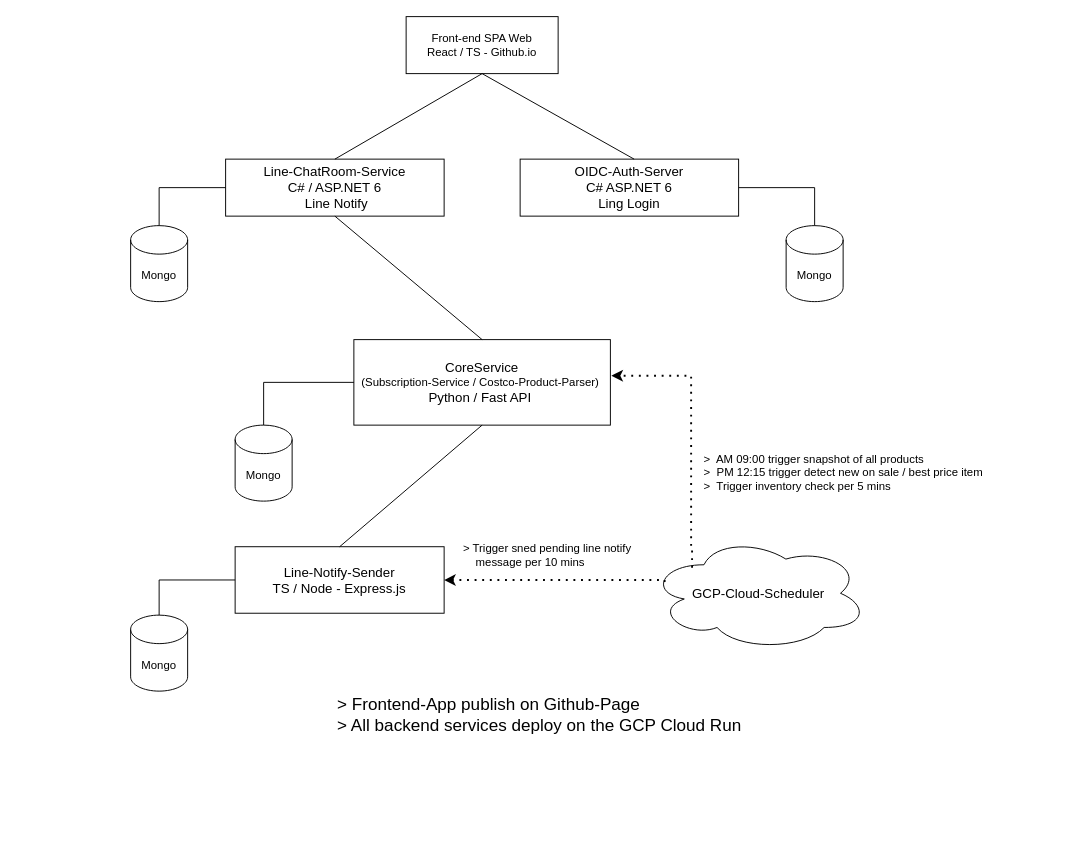
CostcoTW-Notify/.github keeps this draw.io diagram as profile/CostcoTW-Notify_SD.drawio. Above is the earlier version. Source tidied: cells renumbered, new cells numbered last; positions are measured from the earlier drawing's top-left corner, leaving out a move shared by most shapes. Both pictures are drawn from the tidied source at 95%, with x=0, y=0 at pixel (130, 16).
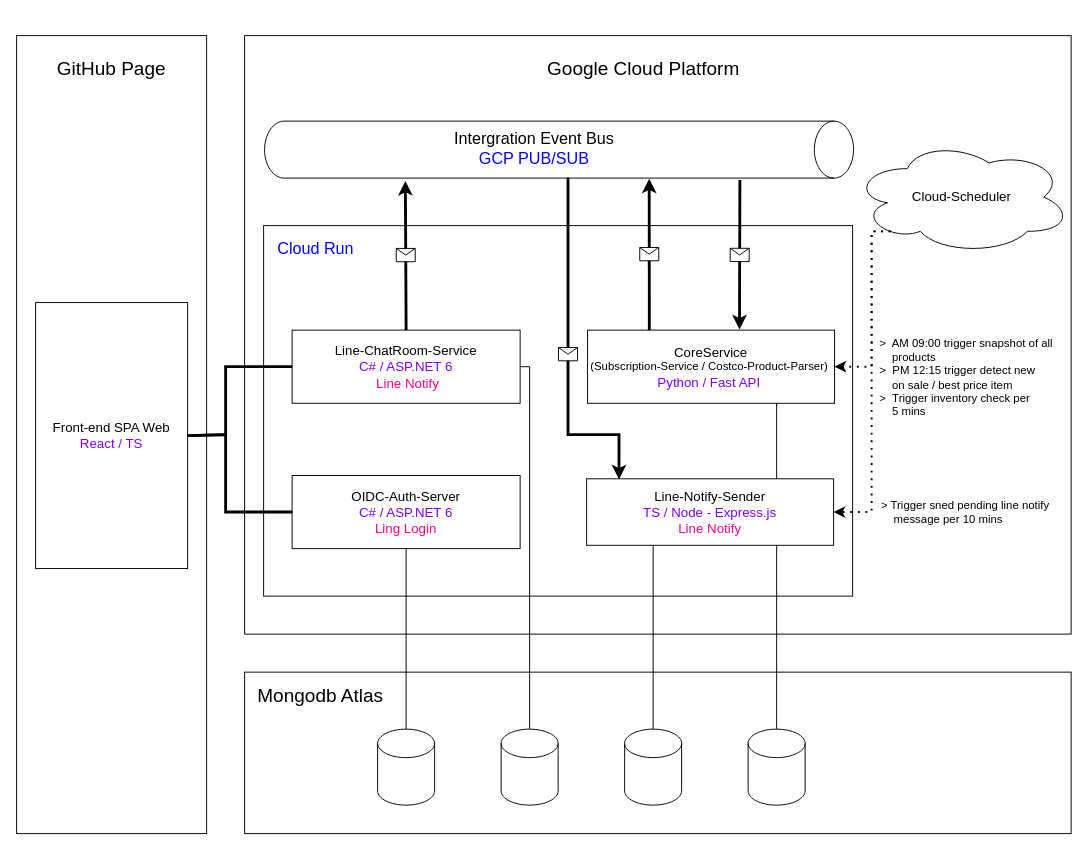
The same page after the edit.

Commit message (it also covers changes not shown here):
Update System Architecture

Diff of the diagram source:
```diff
@@
+    <mxCell id="25" style="whiteSpace=wrap;html=1;fontSize=17;" parent="1" vertex="1">
+      <mxGeometry x="120" y="20" width="870" height="630" as="geometry" />
+    </mxCell>
+    <mxCell id="26" style="rounded=0;whiteSpace=wrap;html=1;fontSize=20;" parent="1" vertex="1">
+      <mxGeometry x="120" y="690" width="870" height="170" as="geometry" />
+    </mxCell>
+    <mxCell id="27" style="rounded=0;whiteSpace=wrap;html=1;fontSize=17;" parent="1" vertex="1">
+      <mxGeometry x="-120" y="20" width="200" height="840" as="geometry" />
+    </mxCell>
+    <mxCell id="28" style="rounded=0;whiteSpace=wrap;html=1;strokeWidth=1;fontSize=14;" parent="1" vertex="1">
+      <mxGeometry x="140" y="220" width="620" height="390" as="geometry" />
+    </mxCell>
-    <mxCell id="2" value="Front-end SPA Web&lt;br&gt;React / TS - Github.io" style="rounded=0;whiteSpace=wrap;html=1;" parent="1" vertex="1">
-      <mxGeometry x="290" width="160" height="60" as="geometry" />
+    <mxCell id="2" value="&lt;font style=&quot;font-size: 14px;&quot;&gt;Front-end SPA Web&lt;br&gt;&lt;font color=&quot;#7f00ff&quot;&gt;React / TS&lt;/font&gt;&lt;/font&gt;" style="rounded=0;whiteSpace=wrap;html=1;" parent="1" vertex="1">
+      <mxGeometry x="-100" y="301" width="160" height="280" as="geometry" />
     </mxCell>
-    <mxCell id="3" value="&lt;font style=&quot;font-size: 14px;&quot;&gt;Line-ChatRoom-Service&lt;br&gt;C# / ASP.NET 6&lt;br&gt;&amp;nbsp;Line Notify&lt;/font&gt;" style="rounded=0;whiteSpace=wrap;html=1;" parent="1" vertex="1">
-      <mxGeometry x="100" y="150" width="230" height="60" as="geometry" />
+    <mxCell id="3" value="&lt;font style=&quot;font-size: 14px;&quot;&gt;Line-ChatRoom-Service&lt;br&gt;&lt;font color=&quot;#7f00ff&quot;&gt;C# / ASP.NET 6&lt;/font&gt;&lt;br&gt;&lt;font color=&quot;#ff0080&quot;&gt;&amp;nbsp;Line Notify&lt;/font&gt;&lt;/font&gt;" style="rounded=0;whiteSpace=wrap;html=1;" parent="1" vertex="1">
+      <mxGeometry x="170" y="330" width="240" height="77" as="geometry" />
     </mxCell>
-    <mxCell id="4" value="&lt;font style=&quot;font-size: 14px;&quot;&gt;OIDC-Auth-Server&lt;br&gt;C# ASP.NET 6&lt;br&gt;Ling Login&lt;/font&gt;" style="rounded=0;whiteSpace=wrap;html=1;" parent="1" vertex="1">
-      <mxGeometry x="410" y="150" width="230" height="60" as="geometry" />
+    <mxCell id="4" value="&lt;font style=&quot;font-size: 14px;&quot;&gt;OIDC-Auth-Server&lt;br&gt;&lt;font color=&quot;#7f00ff&quot;&gt;C# / ASP.NET 6&lt;/font&gt;&lt;br&gt;&lt;font color=&quot;#ff0080&quot;&gt;Ling Login&lt;/font&gt;&lt;/font&gt;" style="rounded=0;whiteSpace=wrap;html=1;" parent="1" vertex="1">
+      <mxGeometry x="170" y="483" width="240" height="77" as="geometry" />
     </mxCell>
-    <mxCell id="5" value="&lt;font style=&quot;font-size: 14px;&quot;&gt;CoreService&lt;/font&gt;&lt;br&gt;(Subscription-Service / Costco-Product-Parser)&amp;nbsp;&lt;br&gt;&lt;font style=&quot;font-size: 14px;&quot;&gt;Python / Fast API&amp;nbsp;&lt;/font&gt;" style="rounded=0;whiteSpace=wrap;html=1;" parent="1" vertex="1">
-      <mxGeometry x="235" y="340" width="270" height="90" as="geometry" />
+    <mxCell id="5" value="&lt;font style=&quot;font-size: 14px;&quot;&gt;CoreService&lt;/font&gt;&lt;br&gt;(Subscription-Service / Costco-Product-Parser)&amp;nbsp;&lt;br&gt;&lt;font style=&quot;font-size: 14px;&quot;&gt;&lt;font color=&quot;#7f00ff&quot;&gt;Python / Fast API&lt;/font&gt;&amp;nbsp;&lt;/font&gt;" style="rounded=0;whiteSpace=wrap;html=1;" parent="1" vertex="1">
+      <mxGeometry x="481" y="330" width="260" height="77" as="geometry" />
     </mxCell>
-    <mxCell id="6" value="Mongo" style="shape=cylinder3;whiteSpace=wrap;html=1;boundedLbl=1;backgroundOutline=1;size=15;" parent="1" vertex="1">
-      <mxGeometry y="220" width="60" height="80" as="geometry" />
-    </mxCell>
-    <mxCell id="7" value="Mongo" style="shape=cylinder3;whiteSpace=wrap;html=1;boundedLbl=1;backgroundOutline=1;size=15;" parent="1" vertex="1">
-      <mxGeometry x="690" y="220" width="60" height="80" as="geometry" />
+    <mxCell id="7" style="shape=cylinder3;whiteSpace=wrap;html=1;boundedLbl=1;backgroundOutline=1;size=15;" parent="1" vertex="1">
+      <mxGeometry x="260" y="750" width="60" height="80" as="geometry" />
     </mxCell>
-    <mxCell id="8" value="Mongo" style="shape=cylinder3;whiteSpace=wrap;html=1;boundedLbl=1;backgroundOutline=1;size=15;" parent="1" vertex="1">
-      <mxGeometry x="110" y="430" width="60" height="80" as="geometry" />
-    </mxCell>
-    <mxCell id="9" style="endArrow=none;startArrow=none;html=1;rounded=0;entryX=0.5;entryY=1;entryDx=0;entryDy=0;exitX=0.5;exitY=0;exitDx=0;exitDy=0;startFill=0;endFill=0;" parent="1" edge="1" source="3" target="2">
-      <mxGeometry relative="1" as="geometry" />
+    <mxCell id="9" style="endArrow=none;startArrow=none;html=1;rounded=0;entryX=1;entryY=0.5;entryDx=0;entryDy=0;exitX=0;exitY=0.5;exitDx=0;exitDy=0;startFill=0;endFill=0;edgeStyle=orthogonalEdgeStyle;strokeWidth=3;" parent="1" edge="1" source="3" target="2">
+      <mxGeometry relative="1" as="geometry">
+        <Array as="points">
+          <mxPoint x="100" y="369" />
+          <mxPoint x="100" y="440" />
+          <mxPoint x="60" y="440" />
+        </Array>
+      </mxGeometry>
     </mxCell>
-    <mxCell id="10" style="endArrow=none;startArrow=none;html=1;rounded=0;entryX=0.5;entryY=1;entryDx=0;entryDy=0;endFill=0;startFill=0;" parent="1" edge="1" target="2">
+    <mxCell id="10" style="endArrow=none;startArrow=none;html=1;rounded=0;entryX=1;entryY=0.5;entryDx=0;entryDy=0;endFill=0;startFill=0;exitX=0;exitY=0.5;exitDx=0;exitDy=0;edgeStyle=orthogonalEdgeStyle;strokeWidth=3;" parent="1" edge="1" source="4" target="2">
       <mxGeometry relative="1" as="geometry">
-        <mxPoint x="530" y="150" as="sourcePoint" />
+        <Array as="points">
+          <mxPoint x="100" y="522" />
+          <mxPoint x="100" y="440" />
+          <mxPoint x="60" y="440" />
+        </Array>
       </mxGeometry>
     </mxCell>
-    <mxCell id="11" style="endArrow=none;startArrow=none;html=1;rounded=0;entryX=0.5;entryY=0;entryDx=0;entryDy=0;exitX=0.5;exitY=1;exitDx=0;exitDy=0;startFill=0;endFill=0;" parent="1" edge="1" source="3" target="5">
-      <mxGeometry relative="1" as="geometry" />
-    </mxCell>
-    <mxCell id="12" style="endArrow=none;html=1;rounded=0;entryX=0;entryY=0.5;entryDx=0;entryDy=0;exitX=0.5;exitY=0;exitDx=0;exitDy=0;exitPerimeter=0;edgeStyle=orthogonalEdgeStyle;" parent="1" edge="1" source="6" target="3">
-      <mxGeometry relative="1" as="geometry" />
-    </mxCell>
-    <mxCell id="13" style="endArrow=none;html=1;rounded=0;entryX=0;entryY=0.5;entryDx=0;entryDy=0;exitX=0.5;exitY=0;exitDx=0;exitDy=0;exitPerimeter=0;edgeStyle=orthogonalEdgeStyle;" parent="1" edge="1" source="8" target="5">
-      <mxGeometry relative="1" as="geometry" />
-    </mxCell>
-    <mxCell id="14" value="&lt;font style=&quot;font-size: 14px;&quot;&gt;Line-Notify-Sender&lt;br&gt;TS / Node - Express.js&lt;/font&gt;" style="rounded=0;whiteSpace=wrap;html=1;" parent="1" vertex="1">
-      <mxGeometry x="110" y="558" width="220" height="70" as="geometry" />
-    </mxCell>
-    <mxCell id="15" style="endArrow=none;html=1;rounded=0;exitX=0.5;exitY=0;exitDx=0;exitDy=0;entryX=0.5;entryY=1;entryDx=0;entryDy=0;" parent="1" edge="1" source="14" target="5">
-      <mxGeometry relative="1" as="geometry" />
-    </mxCell>
-    <mxCell id="16" value="Mongo" style="shape=cylinder3;whiteSpace=wrap;html=1;boundedLbl=1;backgroundOutline=1;size=15;" parent="1" vertex="1">
-      <mxGeometry y="630" width="60" height="80" as="geometry" />
-    </mxCell>
-    <mxCell id="17" style="endArrow=none;html=1;rounded=0;exitX=0.5;exitY=0;exitDx=0;exitDy=0;exitPerimeter=0;edgeStyle=orthogonalEdgeStyle;entryX=0;entryY=0.5;entryDx=0;entryDy=0;" parent="1" edge="1" source="16" target="14">
-      <mxGeometry relative="1" as="geometry" />
-    </mxCell>
-    <mxCell id="18" style="endArrow=none;html=1;rounded=0;entryX=1;entryY=0.5;entryDx=0;entryDy=0;exitX=0.5;exitY=0;exitDx=0;exitDy=0;exitPerimeter=0;edgeStyle=orthogonalEdgeStyle;" parent="1" edge="1" source="7" target="4">
+    <mxCell id="18" style="endArrow=none;html=1;rounded=0;exitX=0.5;exitY=0;exitDx=0;exitDy=0;exitPerimeter=0;entryX=0.5;entryY=1;entryDx=0;entryDy=0;strokeWidth=1;" parent="1" edge="1" source="7" target="4">
       <mxGeometry relative="1" as="geometry" />
     </mxCell>
-    <mxCell id="19" value="&lt;font style=&quot;font-size: 14px;&quot;&gt;GCP-Cloud-Scheduler&lt;/font&gt;" style="ellipse;shape=cloud;whiteSpace=wrap;html=1;" parent="1" vertex="1">
-      <mxGeometry x="546" y="547" width="230" height="120" as="geometry" />
+    <mxCell id="19" value="&lt;font style=&quot;font-size: 14px;&quot;&gt;Cloud-Scheduler&lt;/font&gt;" style="ellipse;shape=cloud;whiteSpace=wrap;html=1;" parent="1" vertex="1">
+      <mxGeometry x="760" y="130" width="230" height="120" as="geometry" />
     </mxCell>
-    <mxCell id="20" style="endArrow=classic;dashed=1;html=1;dashPattern=1 3;strokeWidth=2;rounded=0;entryX=1.004;entryY=0.422;entryDx=0;entryDy=0;entryPerimeter=0;edgeStyle=orthogonalEdgeStyle;startArrow=none;startFill=0;endFill=1;" parent="1" edge="1" target="5">
+    <mxCell id="20" style="endArrow=classic;dashed=1;html=1;dashPattern=1 3;strokeWidth=2;rounded=0;startArrow=none;startFill=0;endFill=1;entryX=1;entryY=0.5;entryDx=0;entryDy=0;edgeStyle=orthogonalEdgeStyle;" parent="1" edge="1" target="5">
       <mxGeometry relative="1" as="geometry">
-        <mxPoint x="591" y="580" as="sourcePoint" />
+        <mxPoint x="800" y="226" as="sourcePoint" />
         <Array as="points">
-          <mxPoint x="591" y="559" />
-          <mxPoint x="590" y="378" />
+          <mxPoint x="780" y="226" />
+          <mxPoint x="780" y="369" />
         </Array>
       </mxGeometry>
     </mxCell>
-    <mxCell id="21" value="&lt;div style=&quot;text-align: left;&quot;&gt;&lt;span style=&quot;background-color: initial;&quot;&gt;&amp;gt;&amp;nbsp; AM 09:00 trigger snapshot of all products&lt;/span&gt;&lt;/div&gt;&lt;div style=&quot;text-align: left;&quot;&gt;&lt;span style=&quot;background-color: initial;&quot;&gt;&amp;gt;&amp;nbsp; PM 12:15 trigger detect new on sale / best price item&lt;/span&gt;&lt;/div&gt;&lt;div style=&quot;text-align: left;&quot;&gt;&lt;span style=&quot;background-color: initial;&quot;&gt;&amp;gt;&amp;nbsp; Trigger inventory check per 5 mins&lt;/span&gt;&lt;/div&gt;" style="text;html=1;align=center;verticalAlign=middle;strokeColor=none;fillColor=none;" parent="1" vertex="1">
-      <mxGeometry x="590" y="450" width="320" height="60" as="geometry" />
+    <mxCell id="21" value="&lt;div style=&quot;text-align: left;&quot;&gt;&lt;span style=&quot;background-color: initial;&quot;&gt;&amp;gt;&amp;nbsp; AM 09:00 trigger snapshot of all&amp;nbsp;&lt;/span&gt;&lt;/div&gt;&lt;div style=&quot;text-align: left;&quot;&gt;&lt;span style=&quot;background-color: initial;&quot;&gt;&amp;nbsp; &amp;nbsp; products&lt;/span&gt;&lt;/div&gt;&lt;div style=&quot;text-align: left;&quot;&gt;&lt;span style=&quot;background-color: initial;&quot;&gt;&amp;gt;&amp;nbsp; PM 12:15 trigger detect new&amp;nbsp;&lt;/span&gt;&lt;/div&gt;&lt;div style=&quot;text-align: left;&quot;&gt;&lt;span style=&quot;background-color: initial;&quot;&gt;&amp;nbsp; &amp;nbsp; on sale / best price item&lt;/span&gt;&lt;/div&gt;&lt;div style=&quot;text-align: left;&quot;&gt;&lt;span style=&quot;background-color: initial;&quot;&gt;&amp;gt;&amp;nbsp; Trigger inventory check per&amp;nbsp;&lt;/span&gt;&lt;/div&gt;&lt;div style=&quot;text-align: left;&quot;&gt;&lt;span style=&quot;background-color: initial;&quot;&gt;&amp;nbsp; &amp;nbsp; 5 mins&lt;/span&gt;&lt;/div&gt;" style="text;html=1;align=center;verticalAlign=middle;strokeColor=none;fillColor=none;" parent="1" vertex="1">
+      <mxGeometry x="776" y="330" width="210" height="100" as="geometry" />
     </mxCell>
-    <mxCell id="22" style="endArrow=classic;dashed=1;html=1;dashPattern=1 3;strokeWidth=2;rounded=0;entryX=1;entryY=0.5;entryDx=0;entryDy=0;exitX=0.07;exitY=0.4;exitDx=0;exitDy=0;exitPerimeter=0;edgeStyle=orthogonalEdgeStyle;startArrow=none;startFill=0;endFill=1;" parent="1" edge="1" source="19" target="14">
+    <mxCell id="22" style="endArrow=classic;dashed=1;html=1;dashPattern=1 3;strokeWidth=2;rounded=0;startArrow=none;startFill=0;endFill=1;entryX=1;entryY=0.5;entryDx=0;entryDy=0;edgeStyle=orthogonalEdgeStyle;" parent="1" edge="1" target="14">
       <mxGeometry relative="1" as="geometry">
+        <mxPoint x="800" y="226" as="sourcePoint" />
         <Array as="points">
-          <mxPoint x="562" y="593" />
+          <mxPoint x="780" y="226" />
+          <mxPoint x="780" y="521" />
         </Array>
       </mxGeometry>
     </mxCell>
     <mxCell id="23" value="&lt;div style=&quot;text-align: left;&quot;&gt;&amp;gt; Trigger sned pending line notify&amp;nbsp;&lt;/div&gt;&lt;div style=&quot;text-align: left;&quot;&gt;&amp;nbsp; &amp;nbsp; message per 10 mins&lt;/div&gt;" style="text;html=1;align=center;verticalAlign=middle;strokeColor=none;fillColor=none;" parent="1" vertex="1">
-      <mxGeometry x="340" y="547" width="200" height="40" as="geometry" />
+      <mxGeometry x="780" y="502" width="200" height="40" as="geometry" />
     </mxCell>
-    <mxCell id="24" value="&lt;div style=&quot;text-align: left; font-size: 18px;&quot;&gt;&lt;div&gt;&amp;gt; Frontend-App publish on Github-Page&lt;/div&gt;&lt;div&gt;&amp;gt; All backend services deploy on the GCP Cloud Run&lt;/div&gt;&lt;/div&gt;" style="text;html=1;align=center;verticalAlign=middle;strokeColor=none;fillColor=none;" parent="1" vertex="1">
-      <mxGeometry x="205" y="705" width="450" height="60" as="geometry" />
-    </mxCell>
+    <mxCell id="29" style="shape=cylinder3;whiteSpace=wrap;html=1;boundedLbl=1;backgroundOutline=1;size=20.666695731026607;fontSize=14;rotation=90;" parent="1" vertex="1">
+      <mxGeometry x="421" y="-170" width="60" height="620" as="geometry" />
+    </mxCell>
+    <mxCell id="30" value="&lt;font style=&quot;font-size: 17px;&quot;&gt;Intergration Event Bus&lt;br&gt;&lt;font color=&quot;#0000ff&quot;&gt;GCP PUB/SUB&lt;/font&gt;&lt;br&gt;&lt;/font&gt;" style="text;strokeColor=none;fillColor=none;align=center;verticalAlign=middle;spacingLeft=4;spacingRight=4;overflow=hidden;whiteSpace=wrap;html=1;fontSize=14;" parent="1" vertex="1">
+      <mxGeometry x="330" y="105" width="190" height="70" as="geometry" />
+    </mxCell>
+    <mxCell id="31" value="&lt;font style=&quot;font-size: 20px;&quot;&gt;GitHub Page&lt;/font&gt;" style="text;html=1;strokeColor=none;fillColor=none;align=center;verticalAlign=middle;whiteSpace=wrap;rounded=0;fontSize=17;" parent="1" vertex="1">
+      <mxGeometry x="-120" y="40" width="200" height="30" as="geometry" />
+    </mxCell>
+    <mxCell id="32" value="&lt;font style=&quot;font-size: 20px;&quot;&gt;Google Cloud Platform&lt;/font&gt;" style="text;html=1;strokeColor=none;fillColor=none;align=center;verticalAlign=middle;whiteSpace=wrap;rounded=0;fontSize=17;" parent="1" vertex="1">
+      <mxGeometry x="120" y="40" width="840" height="30" as="geometry" />
+    </mxCell>
+    <mxCell id="33" style="endArrow=none;html=1;rounded=0;strokeWidth=1;edgeStyle=orthogonalEdgeStyle;exitX=0.5;exitY=0;exitDx=0;exitDy=0;exitPerimeter=0;" parent="1" edge="1" source="46">
+      <mxGeometry relative="1" as="geometry">
+        <mxPoint x="680" y="410" as="targetPoint" />
+        <Array as="points">
+          <mxPoint x="680" y="407" />
+        </Array>
+      </mxGeometry>
+    </mxCell>
+    <mxCell id="34" value="&lt;font style=&quot;font-size: 20px;&quot;&gt;Mongodb Atlas&lt;/font&gt;" style="text;html=1;strokeColor=none;fillColor=none;align=center;verticalAlign=middle;whiteSpace=wrap;rounded=0;fontSize=17;" parent="1" vertex="1">
+      <mxGeometry x="120" y="700" width="160" height="30" as="geometry" />
+    </mxCell>
+    <mxCell id="35" style="endArrow=classic;html=1;rounded=0;strokeWidth=3;fontSize=14;entryX=0.615;entryY=-0.009;entryDx=0;entryDy=0;entryPerimeter=0;exitX=1.031;exitY=0.193;exitDx=0;exitDy=0;exitPerimeter=0;" parent="1" edge="1" source="29" target="5">
+      <mxGeometry relative="1" as="geometry" />
+    </mxCell>
+    <mxCell id="36" style="shape=message;html=1;fontSize=14;" parent="35" vertex="1">
+      <mxGeometry width="20" height="14" relative="1" as="geometry">
+        <mxPoint x="-10" y="-7" as="offset" />
+      </mxGeometry>
+    </mxCell>
+    <mxCell id="37" style="endArrow=classic;html=1;rounded=0;strokeWidth=3;fontSize=14;entryX=1.009;entryY=0.347;entryDx=0;entryDy=0;entryPerimeter=0;exitX=0.25;exitY=0;exitDx=0;exitDy=0;" parent="1" edge="1" source="5" target="29">
+      <mxGeometry relative="1" as="geometry" />
+    </mxCell>
+    <mxCell id="38" style="shape=message;html=1;fontSize=14;" parent="37" vertex="1">
+      <mxGeometry width="20" height="14" relative="1" as="geometry">
+        <mxPoint x="-10" y="-7" as="offset" />
+      </mxGeometry>
+    </mxCell>
+    <mxCell id="39" value="&lt;font style=&quot;font-size: 17px;&quot;&gt;&lt;font color=&quot;#0000ff&quot;&gt;Cloud Run&lt;/font&gt;&lt;br&gt;&lt;/font&gt;" style="text;strokeColor=none;fillColor=none;align=center;verticalAlign=middle;spacingLeft=4;spacingRight=4;overflow=hidden;whiteSpace=wrap;html=1;fontSize=14;" parent="1" vertex="1">
+      <mxGeometry x="140" y="225" width="110" height="40" as="geometry" />
+    </mxCell>
+    <mxCell id="40" style="endArrow=classic;html=1;rounded=0;strokeWidth=3;fontSize=14;entryX=1.049;entryY=0.761;entryDx=0;entryDy=0;entryPerimeter=0;exitX=0.5;exitY=0;exitDx=0;exitDy=0;" parent="1" edge="1" source="3" target="29">
+      <mxGeometry relative="1" as="geometry" />
+    </mxCell>
+    <mxCell id="41" style="shape=message;html=1;fontSize=14;" parent="40" vertex="1">
+      <mxGeometry width="20" height="14" relative="1" as="geometry">
+        <mxPoint x="-10" y="-7" as="offset" />
+      </mxGeometry>
+    </mxCell>
+    <mxCell id="42" style="endArrow=classic;html=1;rounded=0;strokeWidth=3;fontSize=14;entryX=0.131;entryY=0.009;entryDx=0;entryDy=0;exitX=1.031;exitY=0.193;exitDx=0;exitDy=0;exitPerimeter=0;edgeStyle=orthogonalEdgeStyle;entryPerimeter=0;" parent="1" edge="1" target="14">
+      <mxGeometry relative="1" as="geometry">
+        <mxPoint x="460.4" y="169.3" as="sourcePoint" />
+        <Array as="points">
+          <mxPoint x="460" y="440" />
+          <mxPoint x="514" y="440" />
+        </Array>
+      </mxGeometry>
+    </mxCell>
+    <mxCell id="43" style="shape=message;html=1;fontSize=14;" parent="42" vertex="1">
+      <mxGeometry width="20" height="14" relative="1" as="geometry">
+        <mxPoint x="-10" y="-7" as="offset" />
+      </mxGeometry>
+    </mxCell>
+    <mxCell id="44" style="shape=cylinder3;whiteSpace=wrap;html=1;boundedLbl=1;backgroundOutline=1;size=15;" parent="1" vertex="1">
+      <mxGeometry x="390" y="750" width="60" height="80" as="geometry" />
+    </mxCell>
+    <mxCell id="45" style="shape=cylinder3;whiteSpace=wrap;html=1;boundedLbl=1;backgroundOutline=1;size=15;" parent="1" vertex="1">
+      <mxGeometry x="520" y="750" width="60" height="80" as="geometry" />
+    </mxCell>
+    <mxCell id="46" style="shape=cylinder3;whiteSpace=wrap;html=1;boundedLbl=1;backgroundOutline=1;size=15;" parent="1" vertex="1">
+      <mxGeometry x="650" y="750" width="60" height="80" as="geometry" />
+    </mxCell>
+    <mxCell id="47" style="endArrow=none;html=1;rounded=0;exitX=0.5;exitY=0;exitDx=0;exitDy=0;exitPerimeter=0;entryX=1;entryY=0.5;entryDx=0;entryDy=0;strokeWidth=1;edgeStyle=orthogonalEdgeStyle;" parent="1" edge="1" source="44" target="3">
+      <mxGeometry relative="1" as="geometry" />
+    </mxCell>
+    <mxCell id="48" style="endArrow=none;html=1;rounded=0;exitX=0.5;exitY=0;exitDx=0;exitDy=0;exitPerimeter=0;entryX=0.25;entryY=1;entryDx=0;entryDy=0;strokeWidth=1;edgeStyle=orthogonalEdgeStyle;" parent="1" edge="1" source="45" target="14">
+      <mxGeometry relative="1" as="geometry">
+        <Array as="points">
+          <mxPoint x="550" y="522" />
+          <mxPoint x="545" y="522" />
+        </Array>
+      </mxGeometry>
+    </mxCell>
+    <mxCell id="14" value="&lt;font style=&quot;font-size: 14px;&quot;&gt;Line-Notify-Sender&lt;br&gt;&lt;font color=&quot;#7f00ff&quot;&gt;TS / Node - Express.js&lt;/font&gt;&lt;br&gt;&lt;font color=&quot;#ff0080&quot;&gt;Line Notify&lt;/font&gt;&lt;br&gt;&lt;/font&gt;" style="rounded=0;whiteSpace=wrap;html=1;" parent="1" vertex="1">
+      <mxGeometry x="480" y="486.5" width="260" height="70" as="geometry" />
+    </mxCell>
```
